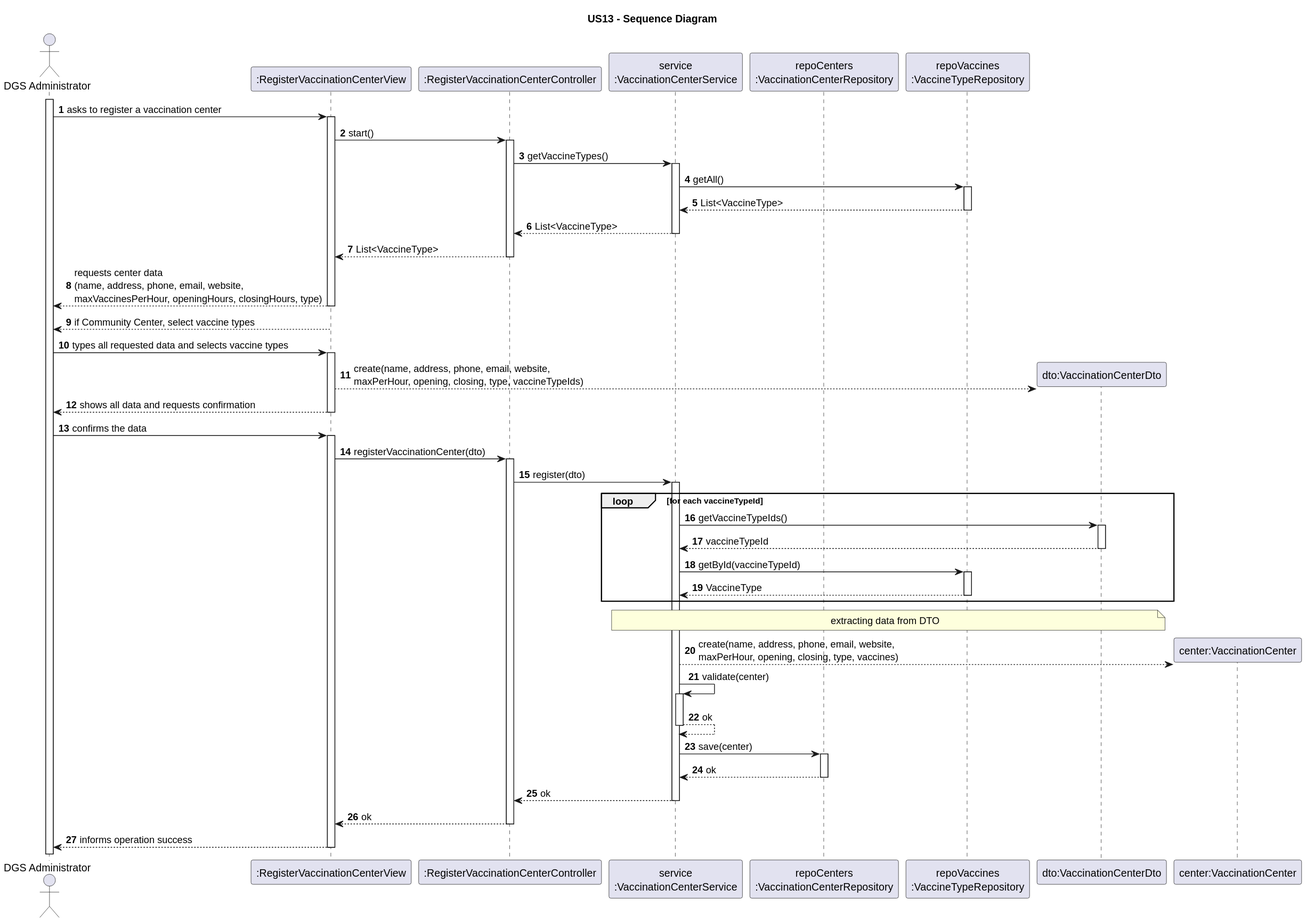
This is docs/system-documentation/US13/svg/US13-SD.svg from luluisfcm/leti-esoft-25-26-B5, a PlantUML export, as it was before one commit.
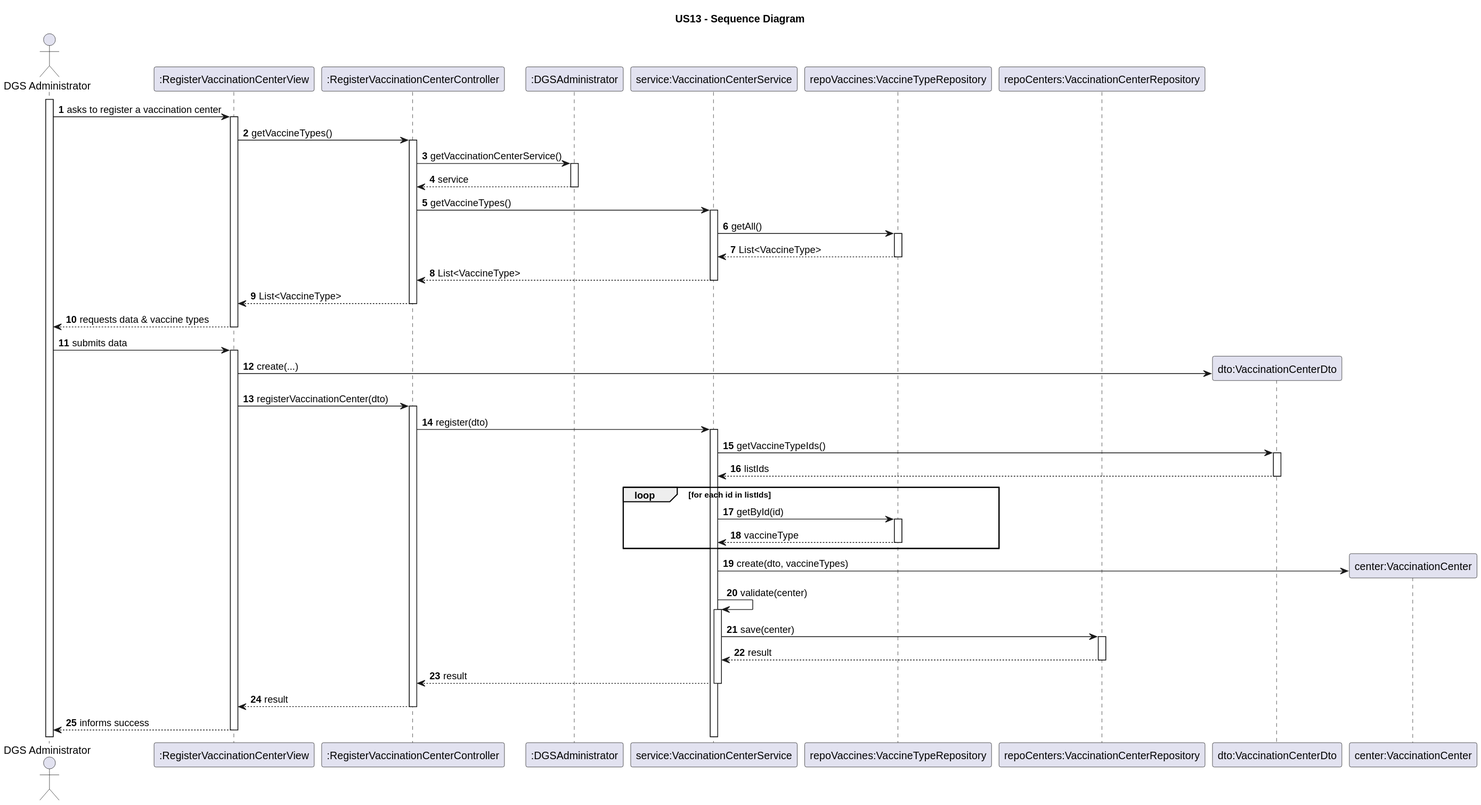
The same file after the commit.

Diff of the diagram source:
```diff
@@ -4,55 +4,44 @@
 autonumber
 
 actor "DGS Administrator" as Admin
-participant ":RegisterVaccinationCenterView" as System
+participant ":RegisterVaccinationCenterView" as UI
 participant ":RegisterVaccinationCenterController" as Ctrl
-participant "service\n:VaccinationCenterService" as Service
-participant "repoCenters\n:VaccinationCenterRepository" as RepoCenter
-participant "repoVaccines\n:VaccineTypeRepository" as RepoVaccine
-participant "dto:VaccinationCenterDto" as CenterDto
+participant ":DGSAdministrator" as ObjAdmin
+participant "service:VaccinationCenterService" as Service
+participant "repoVaccines:VaccineTypeRepository" as RepoVaccine
+participant "repoCenters:VaccinationCenterRepository" as RepoCenter
+participant "dto:VaccinationCenterDto" as Dto
 participant "center:VaccinationCenter" as Center
 
 activate Admin
-
-Admin -> System: asks to register a vaccination center
-System -> Ctrl: start()
-
+Admin -> UI: asks to register a vaccination center
+UI -> Ctrl: getVaccineTypes()
+Ctrl -> ObjAdmin: getVaccinationCenterService()
+ObjAdmin --> Ctrl: service
 Ctrl -> Service: getVaccineTypes()
 Service -> RepoVaccine: getAll()
 RepoVaccine --> Service: List<VaccineType>
 Service --> Ctrl: List<VaccineType>
-Ctrl --> System: List<VaccineType>
+Ctrl --> UI: List<VaccineType>
+UI --> Admin: requests data & vaccine types
 
-System --> Admin: requests center data\n(name, address, phone, email, website,\nmaxVaccinesPerHour, openingHours, closingHours, type)
-System --> Admin: if Community Center, select vaccine types
-
-Admin -> System: types all requested data and selects vaccine types
-
-System --> CenterDto**: create(name, address, phone, email, website,\nmaxPerHour, opening, closing, type, vaccineTypeIds)
-System --> Admin: shows all data and requests confirmation
-Admin -> System: confirms the data
-
-System -> Ctrl: registerVaccinationCenter(dto)
+Admin -> UI: submits data
+UI -> Dto**: create(...)
+UI -> Ctrl: registerVaccinationCenter(dto)
 Ctrl -> Service: register(dto)
 
-loop for each vaccineTypeId
-Service -> CenterDto: getVaccineTypeIds()
-CenterDto --> Service: vaccineTypeId
-Service -> RepoVaccine: getById(vaccineTypeId)
-RepoVaccine --> Service: VaccineType
+Service -> Dto: getVaccineTypeIds()
+Dto --> Service: listIds
+loop for each id in listIds
+    Service -> RepoVaccine: getById(id)
+    RepoVaccine --> Service: vaccineType
 end
 
-note over Service, CenterDto: extracting data from DTO
-
-Service --> Center**: create(name, address, phone, email, website,\nmaxPerHour, opening, closing, type, vaccines)
-
+Service -> Center**: create(dto, vaccineTypes)
 Service -> Service: validate(center)
-Service --> Service: ok
-
 Service -> RepoCenter: save(center)
-RepoCenter --> Service: ok
-
-Service --> Ctrl: ok
-Ctrl --> System: ok
-System --> Admin: informs operation success
+RepoCenter --> Service: result
+Service --> Ctrl: result
+Ctrl --> UI: result
+UI --> Admin: informs success
 @enduml
```
